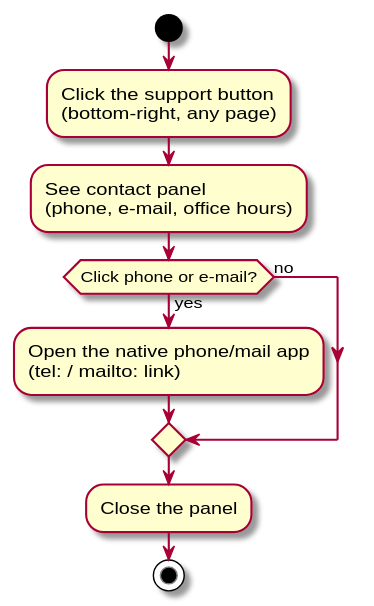
Above: docs/diagrams/activity-contact-support.svg in DavidMagyarics/CarRentalVSB (PlantUML), before the change.
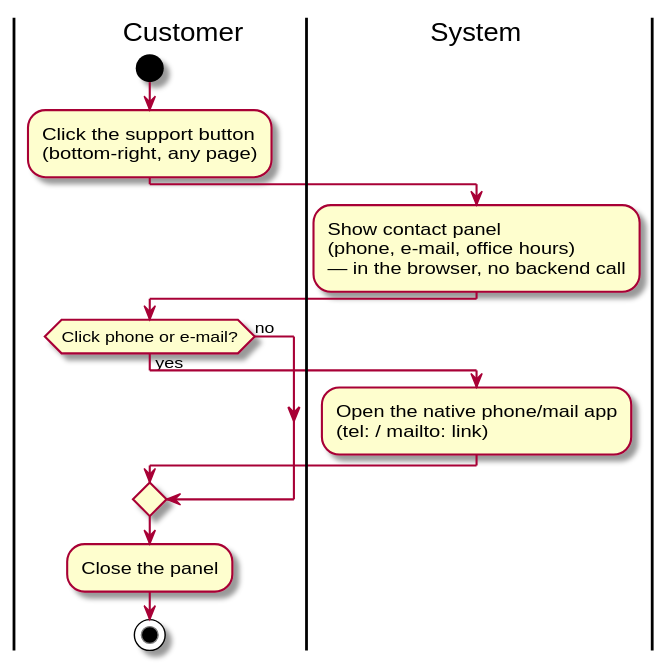
Above is the later version.

Commit message:
chore: re-render PlantUML diagrams [skip ci]

What changed in the source:
```diff
@@ -4,11 +4,18 @@
 |Customer|
 start
 :Click the support button\n(bottom-right, any page);
-:See contact panel\n(phone, e-mail, office hours);
+
+|System|
+:Show contact panel\n(phone, e-mail, office hours)\n— in the browser, no backend call;
+
+|Customer|
 if (Click phone or e-mail?) then (yes)
+  |System|
   :Open the native phone/mail app\n(tel: / mailto: link);
 else (no)
 endif
+
+|Customer|
 :Close the panel;
 stop
 @enduml
```
